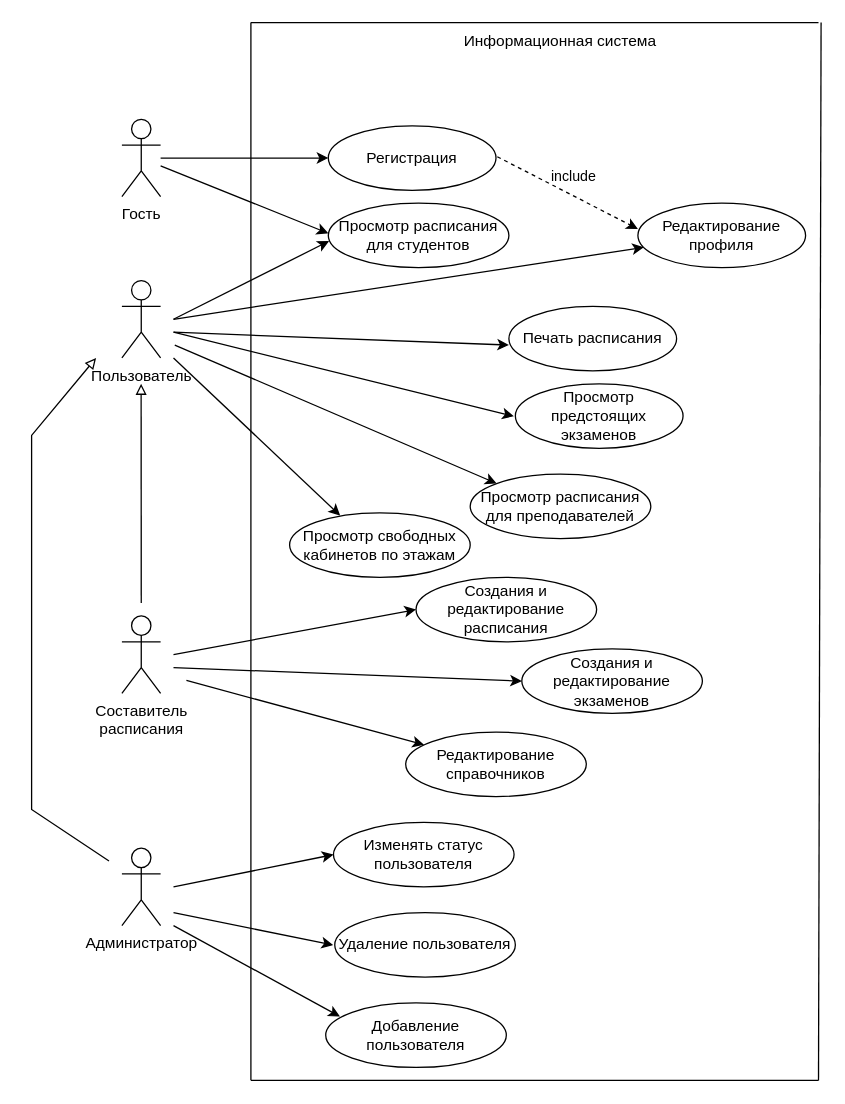
This is Схемы/Use-case.drawio from AntonTokmakov/ComplitedCoursework3, a draw.io file, before an edit. Source tidied: cells renumbered, new cells numbered last; positions are measured from the earlier drawing's top-left corner, leaving out a move shared by most shapes. Both pictures are drawn from the tidied source at 129%, with x=0, y=0 at pixel (31, 22).
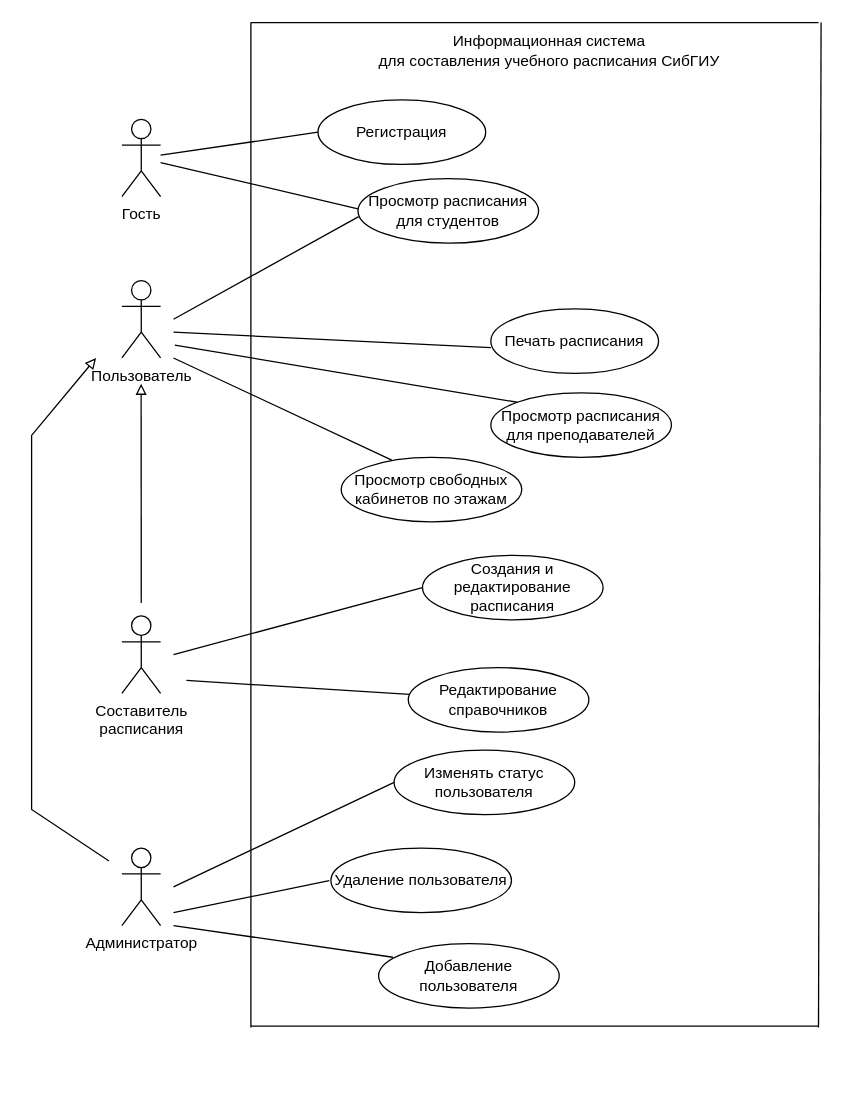
After the change.

The change refers to these unchanged cells:
```xml
<mxCell id="3" value="Гость" style="shape=umlActor;verticalLabelPosition=bottom;verticalAlign=top;html=1;outlineConnect=0;strokeWidth=1;" parent="1" vertex="1">
  <mxGeometry x="70" y="75" width="30" height="60" as="geometry" />
</mxCell>
```

Diff of the diagram source:
```diff
@@
     <mxCell id="4" style="endArrow=none;html=1;rounded=0;" parent="1" edge="1">
       <mxGeometry relative="1" as="geometry">
-        <mxPoint x="170" y="820" as="sourcePoint" />
+        <mxPoint x="170" y="779" as="sourcePoint" />
         <mxPoint x="170" as="targetPoint" />
       </mxGeometry>
     </mxCell>
     <mxCell id="5" style="endArrow=none;html=1;rounded=0;" parent="1" edge="1">
       <mxGeometry relative="1" as="geometry">
-        <mxPoint x="610" y="820" as="sourcePoint" />
+        <mxPoint x="610" y="779" as="sourcePoint" />
         <mxPoint x="612" as="targetPoint" />
       </mxGeometry>
     </mxCell>
     <mxCell id="6" style="endArrow=none;html=1;rounded=0;" parent="1" edge="1">
       <mxGeometry relative="1" as="geometry">
-        <mxPoint x="610" y="820" as="sourcePoint" />
-        <mxPoint x="170" y="820" as="targetPoint" />
+        <mxPoint x="610" y="778" as="sourcePoint" />
+        <mxPoint x="170" y="778" as="targetPoint" />
       </mxGeometry>
     </mxCell>
@@
     <mxCell id="8" value="Регистрация" style="ellipse;whiteSpace=wrap;html=1;strokeWidth=1;" parent="1" vertex="1">
-      <mxGeometry x="230" y="80" width="130" height="50" as="geometry" />
+      <mxGeometry x="222" y="60" width="130" height="50" as="geometry" />
     </mxCell>
-    <mxCell id="9" value="Информационная система" style="text;strokeColor=none;align=center;fillColor=none;html=1;verticalAlign=middle;whiteSpace=wrap;rounded=0;" parent="1" vertex="1">
-      <mxGeometry x="330" width="160" height="30" as="geometry" />
+    <mxCell id="9" value="Информационная система&lt;br&gt;для составления учебного расписания СибГИУ" style="text;strokeColor=none;align=center;fillColor=none;html=1;verticalAlign=middle;whiteSpace=wrap;rounded=0;" parent="1" vertex="1">
+      <mxGeometry x="252" y="7" width="299" height="30" as="geometry" />
     </mxCell>
@@
-    <mxCell id="11" style="endArrow=classic;html=1;rounded=0;dashed=1;exitX=1;exitY=0.6;exitDx=0;exitDy=0;exitPerimeter=0;entryX=0;entryY=0.4;entryDx=0;entryDy=0;entryPerimeter=0;" parent="1" edge="1" target="13">
-      <mxGeometry relative="1" as="geometry">
-        <mxPoint x="361" y="104" as="sourcePoint" />
-      </mxGeometry>
-    </mxCell>
-    <mxCell id="12" value="include" style="edgeLabel;html=1;align=center;verticalAlign=middle;" parent="11" vertex="1">
-      <mxGeometry x="-0.16" y="-1" relative="1" as="geometry">
-        <mxPoint x="14" y="-10" as="offset" />
-      </mxGeometry>
-    </mxCell>
-    <mxCell id="13" value="Редактирование профиля" style="ellipse;whiteSpace=wrap;html=1;strokeWidth=1;" parent="1" vertex="1">
-      <mxGeometry x="470" y="140" width="130" height="50" as="geometry" />
-    </mxCell>
-    <mxCell id="14" style="endArrow=classic;html=1;rounded=0;entryX=0;entryY=0.5;entryDx=0;entryDy=0;" parent="1" edge="1" source="3" target="8">
+    <mxCell id="14" style="endArrow=none;html=1;rounded=0;entryX=0;entryY=0.5;entryDx=0;entryDy=0;endFill=0;" parent="1" edge="1" source="3" target="8">
       <mxGeometry relative="1" as="geometry" />
     </mxCell>
-    <mxCell id="15" style="endArrow=classic;html=1;rounded=0;" parent="1" edge="1" target="13">
-      <mxGeometry relative="1" as="geometry">
-        <mxPoint x="110" y="230" as="sourcePoint" />
-      </mxGeometry>
-    </mxCell>
@@
     <mxCell id="17" value="Печать расписания" style="ellipse;whiteSpace=wrap;html=1;strokeWidth=1;" parent="1" vertex="1">
-      <mxGeometry x="370" y="220" width="130" height="50" as="geometry" />
+      <mxGeometry x="356" y="222" width="130" height="50" as="geometry" />
     </mxCell>
-    <mxCell id="18" style="endArrow=classic;html=1;rounded=0;entryX=0;entryY=0.6;entryDx=0;entryDy=0;entryPerimeter=0;" parent="1" edge="1" target="17">
+    <mxCell id="18" style="endArrow=none;html=1;rounded=0;entryX=0;entryY=0.6;entryDx=0;entryDy=0;entryPerimeter=0;endFill=0;" parent="1" edge="1" target="17">
       <mxGeometry relative="1" as="geometry">
         <mxPoint x="110" y="240" as="sourcePoint" />
       </mxGeometry>
     </mxCell>
-    <mxCell id="19" value="Просмотр предстоящих экзаменов" style="ellipse;whiteSpace=wrap;html=1;strokeWidth=1;" parent="1" vertex="1">
-      <mxGeometry x="375" y="280" width="130" height="50" as="geometry" />
-    </mxCell>
-    <mxCell id="20" style="endArrow=classic;html=1;rounded=0;entryX=-0.009;entryY=0.504;entryDx=0;entryDy=0;entryPerimeter=0;" parent="1" edge="1" target="19">
-      <mxGeometry relative="1" as="geometry">
-        <mxPoint x="110" y="240" as="sourcePoint" />
-      </mxGeometry>
-    </mxCell>
     <mxCell id="21" value="Создания и редактирование расписания" style="ellipse;whiteSpace=wrap;html=1;strokeWidth=1;" parent="1" vertex="1">
-      <mxGeometry x="298" y="430" width="140" height="50" as="geometry" />
+      <mxGeometry x="303" y="413" width="140" height="50" as="geometry" />
     </mxCell>
-    <mxCell id="22" style="endArrow=classic;html=1;rounded=0;entryX=0;entryY=0.5;entryDx=0;entryDy=0;" parent="1" edge="1" target="21">
+    <mxCell id="22" style="endArrow=none;html=1;rounded=0;entryX=0;entryY=0.5;entryDx=0;entryDy=0;endFill=0;" parent="1" edge="1" target="21">
       <mxGeometry relative="1" as="geometry">
         <mxPoint x="110" y="490" as="sourcePoint" />
       </mxGeometry>
     </mxCell>
     <mxCell id="23" value="Просмотр расписания для студентов" style="ellipse;whiteSpace=wrap;html=1;strokeWidth=1;" parent="1" vertex="1">
-      <mxGeometry x="230" y="140" width="140" height="50" as="geometry" />
+      <mxGeometry x="253" y="121" width="140" height="50" as="geometry" />
     </mxCell>
-    <mxCell id="24" style="endArrow=classic;html=1;rounded=0;entryX=0.004;entryY=0.588;entryDx=0;entryDy=0;entryPerimeter=0;" parent="1" edge="1" target="23">
+    <mxCell id="24" style="endArrow=none;html=1;rounded=0;entryX=0.004;entryY=0.588;entryDx=0;entryDy=0;entryPerimeter=0;endFill=0;" parent="1" edge="1" target="23">
       <mxGeometry relative="1" as="geometry">
         <mxPoint x="110" y="230" as="sourcePoint" />
       </mxGeometry>
     </mxCell>
     <mxCell id="25" value="Просмотр расписания для преподавателей" style="ellipse;whiteSpace=wrap;html=1;strokeWidth=1;" parent="1" vertex="1">
-      <mxGeometry x="340" y="350" width="140" height="50" as="geometry" />
+      <mxGeometry x="356" y="287" width="140" height="50" as="geometry" />
     </mxCell>
-    <mxCell id="26" value="Создания и редактирование экзаменов" style="ellipse;whiteSpace=wrap;html=1;strokeWidth=1;" parent="1" vertex="1">
-      <mxGeometry x="380" y="485.5" width="140" height="50" as="geometry" />
-    </mxCell>
-    <mxCell id="27" style="endArrow=classic;html=1;rounded=0;entryX=0;entryY=0.5;entryDx=0;entryDy=0;" parent="1" edge="1" target="26">
-      <mxGeometry relative="1" as="geometry">
-        <mxPoint x="110" y="500" as="sourcePoint" />
-      </mxGeometry>
-    </mxCell>
@@
-    <mxCell id="29" style="endArrow=classic;html=1;rounded=0;entryX=0;entryY=0.5;entryDx=0;entryDy=0;" parent="1" edge="1" target="30">
+    <mxCell id="29" style="endArrow=none;html=1;rounded=0;entryX=0;entryY=0.5;entryDx=0;entryDy=0;endFill=0;" parent="1" edge="1" target="30">
       <mxGeometry relative="1" as="geometry">
         <mxPoint x="110" y="670" as="sourcePoint" />
       </mxGeometry>
     </mxCell>
     <mxCell id="30" value="Изменять статус пользователя" style="ellipse;whiteSpace=wrap;html=1;strokeWidth=1;" parent="1" vertex="1">
-      <mxGeometry x="234" y="620" width="140" height="50" as="geometry" />
+      <mxGeometry x="281" y="564" width="140" height="50" as="geometry" />
     </mxCell>
     <mxCell id="31" value="Удаление пользователя" style="ellipse;whiteSpace=wrap;html=1;strokeWidth=1;" parent="1" vertex="1">
-      <mxGeometry x="235" y="690" width="140" height="50" as="geometry" />
+      <mxGeometry x="232" y="640" width="140" height="50" as="geometry" />
     </mxCell>
-    <mxCell id="32" style="endArrow=classic;html=1;rounded=0;entryX=-0.009;entryY=0.502;entryDx=0;entryDy=0;entryPerimeter=0;" parent="1" edge="1" target="31">
+    <mxCell id="32" style="endArrow=none;html=1;rounded=0;entryX=-0.009;entryY=0.502;entryDx=0;entryDy=0;entryPerimeter=0;endFill=0;" parent="1" edge="1" target="31">
       <mxGeometry relative="1" as="geometry">
         <mxPoint x="110" y="690" as="sourcePoint" />
       </mxGeometry>
     </mxCell>
-    <mxCell id="33" style="endArrow=classic;html=1;rounded=0;entryX=0;entryY=0.467;entryDx=0;entryDy=0;entryPerimeter=0;" parent="1" edge="1" source="3" target="23">
+    <mxCell id="33" style="endArrow=none;html=1;rounded=0;entryX=0;entryY=0.467;entryDx=0;entryDy=0;entryPerimeter=0;endFill=0;" parent="1" edge="1" source="3" target="23">
       <mxGeometry relative="1" as="geometry" />
     </mxCell>
     <mxCell id="34" value="Просмотр свободных кабинетов по этажам" style="ellipse;whiteSpace=wrap;html=1;strokeWidth=1;" parent="1" vertex="1">
-      <mxGeometry x="200" y="380" width="140" height="50" as="geometry" />
+      <mxGeometry x="240" y="337" width="140" height="50" as="geometry" />
     </mxCell>
@@
-    <mxCell id="36" style="endArrow=classic;html=1;rounded=0;entryX=0;entryY=0;entryDx=0;entryDy=0;" parent="1" edge="1" target="25">
+    <mxCell id="36" style="endArrow=none;html=1;rounded=0;entryX=0;entryY=0;entryDx=0;entryDy=0;endFill=0;" parent="1" edge="1" target="25">
       <mxGeometry relative="1" as="geometry">
         <mxPoint x="111" y="250" as="sourcePoint" />
       </mxGeometry>
     </mxCell>
-    <mxCell id="37" style="endArrow=classic;html=1;rounded=0;entryX=0.28;entryY=0.044;entryDx=0;entryDy=0;entryPerimeter=0;" parent="1" edge="1" target="34">
+    <mxCell id="37" style="endArrow=none;html=1;rounded=0;entryX=0.28;entryY=0.044;entryDx=0;entryDy=0;entryPerimeter=0;endFill=0;" parent="1" edge="1" target="34">
       <mxGeometry relative="1" as="geometry">
         <mxPoint x="110" y="260" as="sourcePoint" />
       </mxGeometry>
     </mxCell>
     <mxCell id="38" value="Добавление пользователя" style="ellipse;whiteSpace=wrap;html=1;strokeWidth=1;" parent="1" vertex="1">
-      <mxGeometry x="228" y="760" width="140" height="50" as="geometry" />
+      <mxGeometry x="269" y="714" width="140" height="50" as="geometry" />
     </mxCell>
-    <mxCell id="39" style="endArrow=classic;html=1;rounded=0;entryX=0.079;entryY=0.211;entryDx=0;entryDy=0;entryPerimeter=0;" parent="1" edge="1" target="38">
+    <mxCell id="39" style="endArrow=none;html=1;rounded=0;entryX=0.079;entryY=0.211;entryDx=0;entryDy=0;entryPerimeter=0;endFill=0;" parent="1" edge="1" target="38">
       <mxGeometry relative="1" as="geometry">
         <mxPoint x="110" y="700" as="sourcePoint" />
       </mxGeometry>
     </mxCell>
     <mxCell id="40" value="Редактирование справочников" style="ellipse;whiteSpace=wrap;html=1;strokeWidth=1;" parent="1" vertex="1">
-      <mxGeometry x="290" y="550" width="140" height="50" as="geometry" />
+      <mxGeometry x="292" y="500" width="140" height="50" as="geometry" />
     </mxCell>
-    <mxCell id="41" style="endArrow=classic;html=1;rounded=0;" parent="1" edge="1" target="40">
+    <mxCell id="41" style="endArrow=none;html=1;rounded=0;endFill=0;" parent="1" edge="1" target="40">
       <mxGeometry relative="1" as="geometry">
         <mxPoint x="120" y="510" as="sourcePoint" />
       </mxGeometry>
     </mxCell>
```
